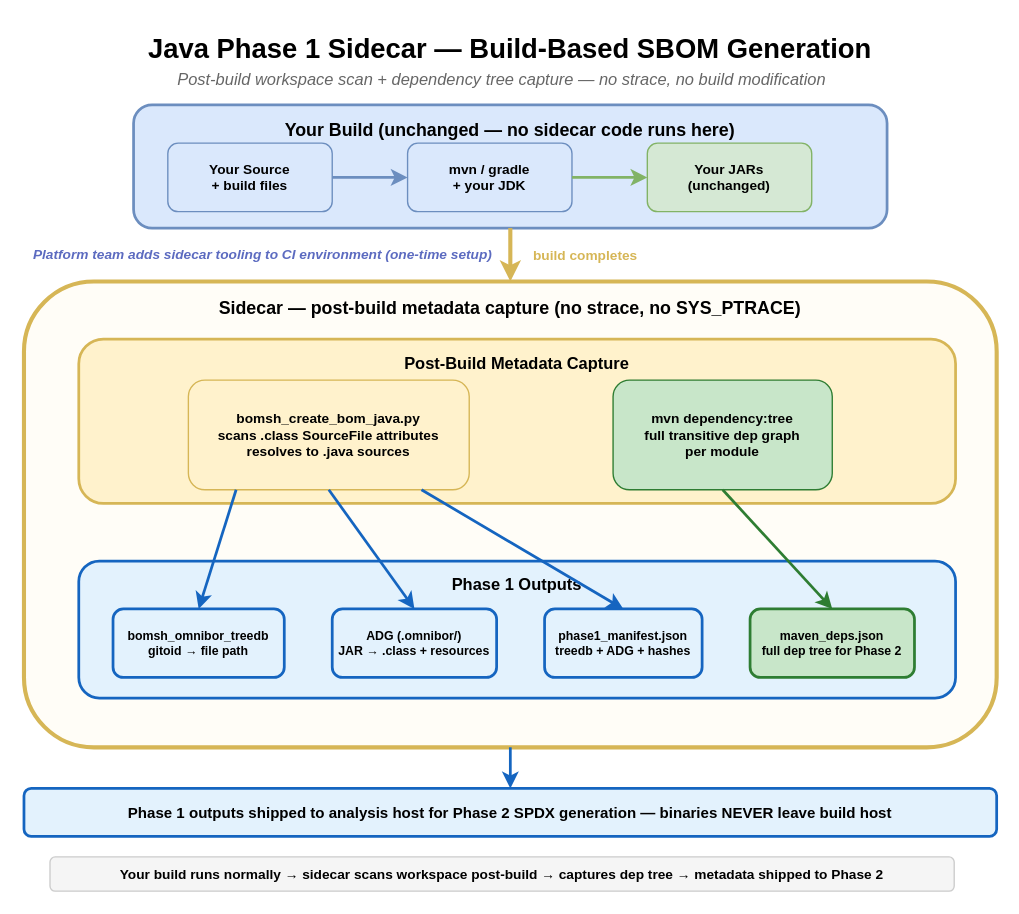
The draw.io diagram docs/sidecar/java/java-build-interception.drawio in tedg-dev/bisbom-gen, before the edit. Source tidied: cells renumbered, new cells numbered last; positions are measured from the earlier drawing's top-left corner, leaving out a move shared by most shapes. Both pictures are drawn from the tidied source at 137%, with x=0, y=0 at pixel (22, 22).
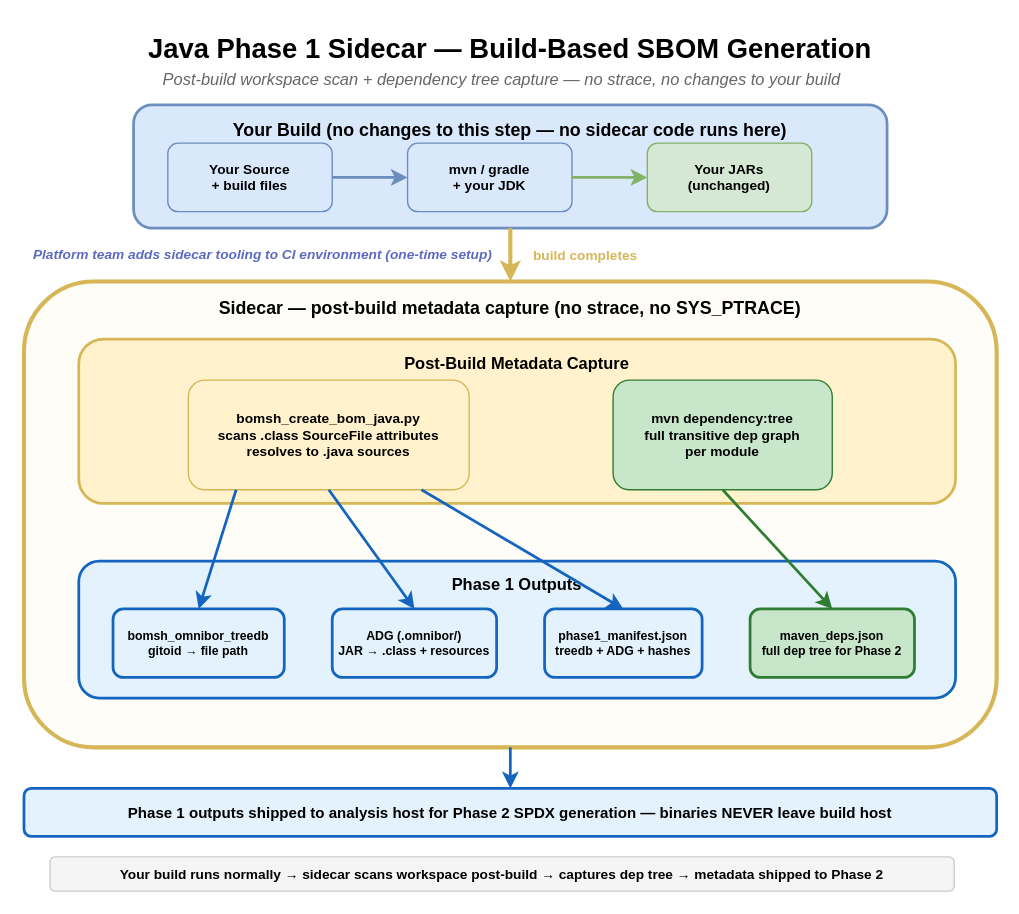
After the change.

The edit, as a diff of the source:
```diff
@@
-    <mxCell id="3" value="Post-build workspace scan + dependency tree capture — no strace, no build modification" style="text;fontSize=12;fontStyle=2;align=center;fillColor=none;strokeColor=none;fontColor=#666666;" parent="1" vertex="1">
+    <mxCell id="3" value="Post-build workspace scan + dependency tree capture — no strace, no changes to your build" style="text;fontSize=12;fontStyle=2;align=center;fillColor=none;strokeColor=none;fontColor=#666666;" parent="1" vertex="1">
       <mxGeometry y="28" width="700" height="18" as="geometry" />
     </mxCell>
-    <mxCell id="4" value="Your Build (unchanged — no sidecar code runs here)" style="rounded=1;fillColor=#dae8fc;strokeColor=#6c8ebf;strokeWidth=2;fontSize=13;fontStyle=1;verticalAlign=top;align=center;spacingTop=4;" parent="1" vertex="1">
+    <mxCell id="4" value="Your Build (no changes to this step — no sidecar code runs here)" style="rounded=1;fillColor=#dae8fc;strokeColor=#6c8ebf;strokeWidth=2;fontSize=13;fontStyle=1;verticalAlign=top;align=center;spacingTop=4;" parent="1" vertex="1">
       <mxGeometry x="81" y="60" width="550" height="90" as="geometry" />
     </mxCell>
```
